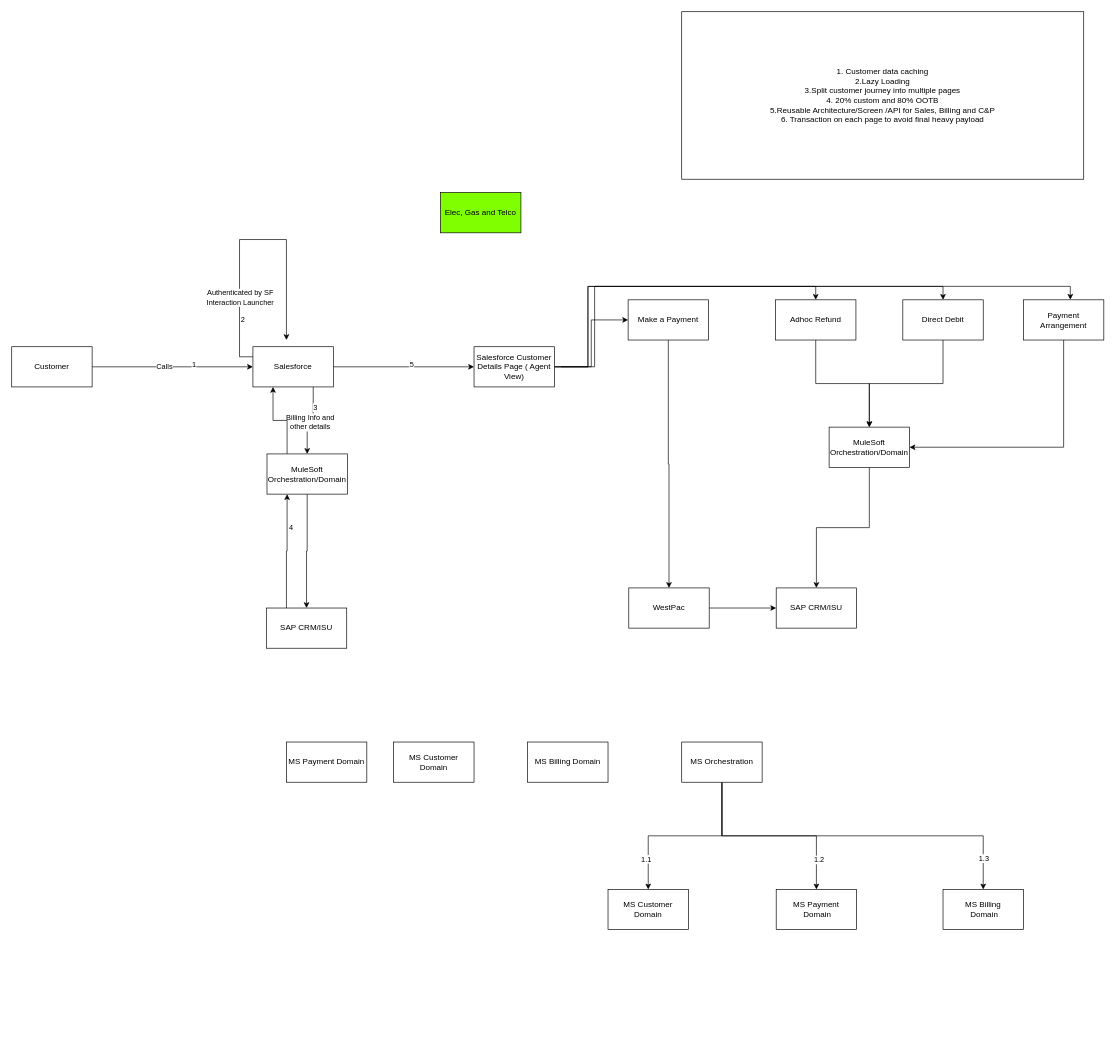
This is AGL.drawio from vik1234ash/OmniStudio-Recipes, a draw.io file, before an edit. Source tidied: cells renumbered, new cells numbered last; positions are measured from the earlier drawing's top-left corner, leaving out a move shared by most shapes. Both pictures are drawn from the tidied source at 67%, with x=0, y=0 at pixel (11, 11).
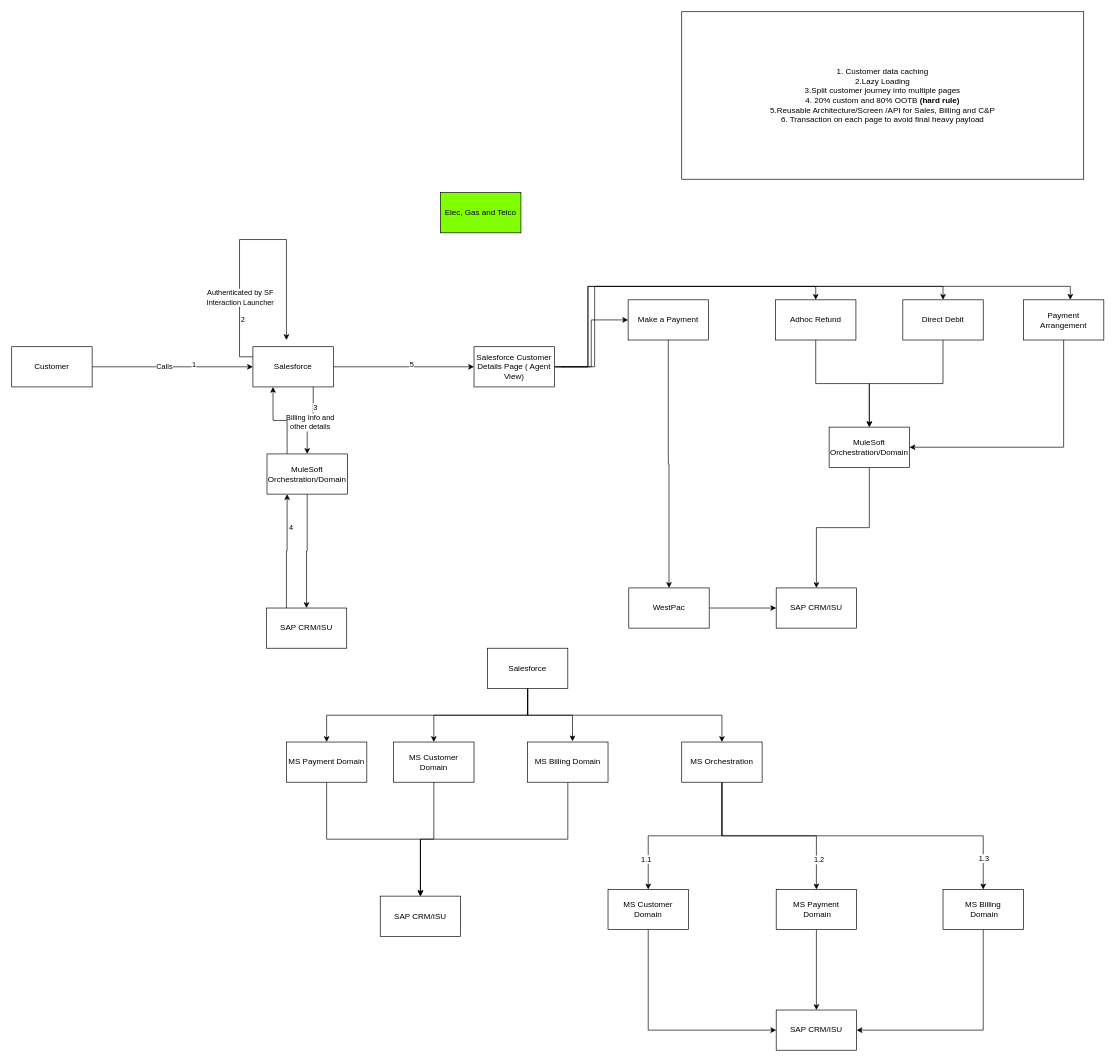
Above is the later version.

Unchanged cells that the change refers to:
```xml
<mxCell id="39" value="MS Payment Domain" style="rounded=0;whiteSpace=wrap;html=1;" parent="1" vertex="1">
  <mxGeometry x="410" y="1090" width="120" height="60" as="geometry" />
</mxCell>
<mxCell id="40" value="MS Customer Domain" style="rounded=0;whiteSpace=wrap;html=1;" parent="1" vertex="1">
  <mxGeometry x="570" y="1090" width="120" height="60" as="geometry" />
</mxCell>
<mxCell id="41" value="MS Billing Domain" style="rounded=0;whiteSpace=wrap;html=1;" parent="1" vertex="1">
  <mxGeometry x="770" y="1090" width="120" height="60" as="geometry" />
</mxCell>
<mxCell id="48" value="MS Orchestration" style="rounded=0;whiteSpace=wrap;html=1;" parent="1" vertex="1">
  <mxGeometry x="1000" y="1090" width="120" height="60" as="geometry" />
</mxCell>
<mxCell id="49" value="MS Payment&lt;div&gt;&amp;nbsp;Domain&lt;/div&gt;" style="rounded=0;whiteSpace=wrap;html=1;" parent="1" vertex="1">
  <mxGeometry x="1141" y="1310" width="120" height="60" as="geometry" />
</mxCell>
<mxCell id="50" value="MS Customer Domain" style="rounded=0;whiteSpace=wrap;html=1;" parent="1" vertex="1">
  <mxGeometry x="890" y="1310" width="120" height="60" as="geometry" />
</mxCell>
<mxCell id="51" value="MS Billing&lt;div&gt;&amp;nbsp;Domain&lt;/div&gt;" style="rounded=0;whiteSpace=wrap;html=1;" parent="1" vertex="1">
  <mxGeometry x="1390" y="1310" width="120" height="60" as="geometry" />
</mxCell>
```

What changed in the source:
```diff
@@
+    <mxCell id="54" style="edgeStyle=orthogonalEdgeStyle;rounded=0;jettySize=auto;html=1;exitX=0.5;exitY=1;exitDx=0;exitDy=0;entryX=0.5;entryY=0;entryDx=0;entryDy=0;" parent="1" edge="1" source="39" target="60">
+      <mxGeometry relative="1" as="geometry" />
+    </mxCell>
@@
+    <mxCell id="55" style="edgeStyle=orthogonalEdgeStyle;rounded=0;jettySize=auto;html=1;exitX=0.5;exitY=1;exitDx=0;exitDy=0;entryX=0.5;entryY=0;entryDx=0;entryDy=0;" parent="1" edge="1" source="40" target="60">
+      <mxGeometry relative="1" as="geometry" />
+    </mxCell>
@@
+    <mxCell id="56" style="edgeStyle=orthogonalEdgeStyle;rounded=0;jettySize=auto;html=1;exitX=0.5;exitY=1;exitDx=0;exitDy=0;" parent="1" edge="1" source="41" target="60">
+      <mxGeometry relative="1" as="geometry" />
+    </mxCell>
@@
+    <mxCell id="57" style="edgeStyle=orthogonalEdgeStyle;rounded=0;jettySize=auto;html=1;exitX=0.5;exitY=1;exitDx=0;exitDy=0;entryX=0.5;entryY=0;entryDx=0;entryDy=0;" parent="1" edge="1" source="49" target="61">
+      <mxGeometry relative="1" as="geometry" />
+    </mxCell>
@@
+    <mxCell id="58" style="edgeStyle=orthogonalEdgeStyle;rounded=0;jettySize=auto;html=1;exitX=0.5;exitY=1;exitDx=0;exitDy=0;entryX=0;entryY=0.5;entryDx=0;entryDy=0;" parent="1" edge="1" source="50" target="61">
+      <mxGeometry relative="1" as="geometry" />
+    </mxCell>
@@
+    <mxCell id="59" style="edgeStyle=orthogonalEdgeStyle;rounded=0;jettySize=auto;html=1;exitX=0.5;exitY=1;exitDx=0;exitDy=0;entryX=1;entryY=0.5;entryDx=0;entryDy=0;" parent="1" edge="1" source="51" target="61">
+      <mxGeometry relative="1" as="geometry" />
+    </mxCell>
@@
-    <mxCell id="53" value="1. Customer data caching&lt;div&gt;2.Lazy Loading&lt;/div&gt;&lt;div&gt;3.Split customer journey into multiple pages&lt;/div&gt;&lt;div&gt;4. 20% custom and 80% OOTB&lt;/div&gt;&lt;div&gt;5.Reusable Architecture/Screen /API for Sales, Billing and C&amp;amp;P&lt;/div&gt;&lt;div&gt;6. Transaction on each page to avoid final heavy payload&lt;/div&gt;" style="rounded=0;whiteSpace=wrap;html=1;" parent="1" vertex="1">
+    <mxCell id="53" value="1. Customer data caching&lt;div&gt;2.Lazy Loading&lt;/div&gt;&lt;div&gt;3.Split customer journey into multiple pages&lt;/div&gt;&lt;div&gt;4. 20% custom and 80% OOTB &lt;b&gt;(hard rule)&lt;/b&gt;&lt;/div&gt;&lt;div&gt;5.Reusable Architecture/Screen /API for Sales, Billing and C&amp;amp;P&lt;/div&gt;&lt;div&gt;6. Transaction on each page to avoid final heavy payload&lt;/div&gt;" style="rounded=0;whiteSpace=wrap;html=1;" parent="1" vertex="1">
       <mxGeometry x="1000" width="600" height="250" as="geometry" />
     </mxCell>
+    <mxCell id="60" value="SAP CRM/ISU" style="rounded=0;whiteSpace=wrap;html=1;" parent="1" vertex="1">
+      <mxGeometry x="550" y="1320" width="120" height="60" as="geometry" />
+    </mxCell>
+    <mxCell id="61" value="SAP CRM/ISU" style="rounded=0;whiteSpace=wrap;html=1;" parent="1" vertex="1">
+      <mxGeometry x="1141" y="1490" width="120" height="60" as="geometry" />
+    </mxCell>
+    <mxCell id="62" style="edgeStyle=orthogonalEdgeStyle;rounded=0;jettySize=auto;html=1;exitX=0.5;exitY=1;exitDx=0;exitDy=0;entryX=0.5;entryY=0;entryDx=0;entryDy=0;" parent="1" edge="1" source="65" target="39">
+      <mxGeometry relative="1" as="geometry" />
+    </mxCell>
+    <mxCell id="63" style="edgeStyle=orthogonalEdgeStyle;rounded=0;jettySize=auto;html=1;exitX=0.5;exitY=1;exitDx=0;exitDy=0;entryX=0.5;entryY=0;entryDx=0;entryDy=0;" parent="1" edge="1" source="65" target="40">
+      <mxGeometry relative="1" as="geometry" />
+    </mxCell>
+    <mxCell id="64" style="edgeStyle=orthogonalEdgeStyle;rounded=0;jettySize=auto;html=1;exitX=0.5;exitY=1;exitDx=0;exitDy=0;" parent="1" edge="1" source="65" target="48">
+      <mxGeometry relative="1" as="geometry" />
+    </mxCell>
+    <mxCell id="65" value="Salesforce" style="rounded=0;whiteSpace=wrap;html=1;" parent="1" vertex="1">
+      <mxGeometry x="710" y="950" width="120" height="60" as="geometry" />
+    </mxCell>
+    <mxCell id="66" style="edgeStyle=orthogonalEdgeStyle;rounded=0;jettySize=auto;html=1;exitX=0.5;exitY=1;exitDx=0;exitDy=0;entryX=0.558;entryY=-0.017;entryDx=0;entryDy=0;entryPerimeter=0;" parent="1" edge="1" source="65" target="41">
+      <mxGeometry relative="1" as="geometry" />
+    </mxCell>
```
